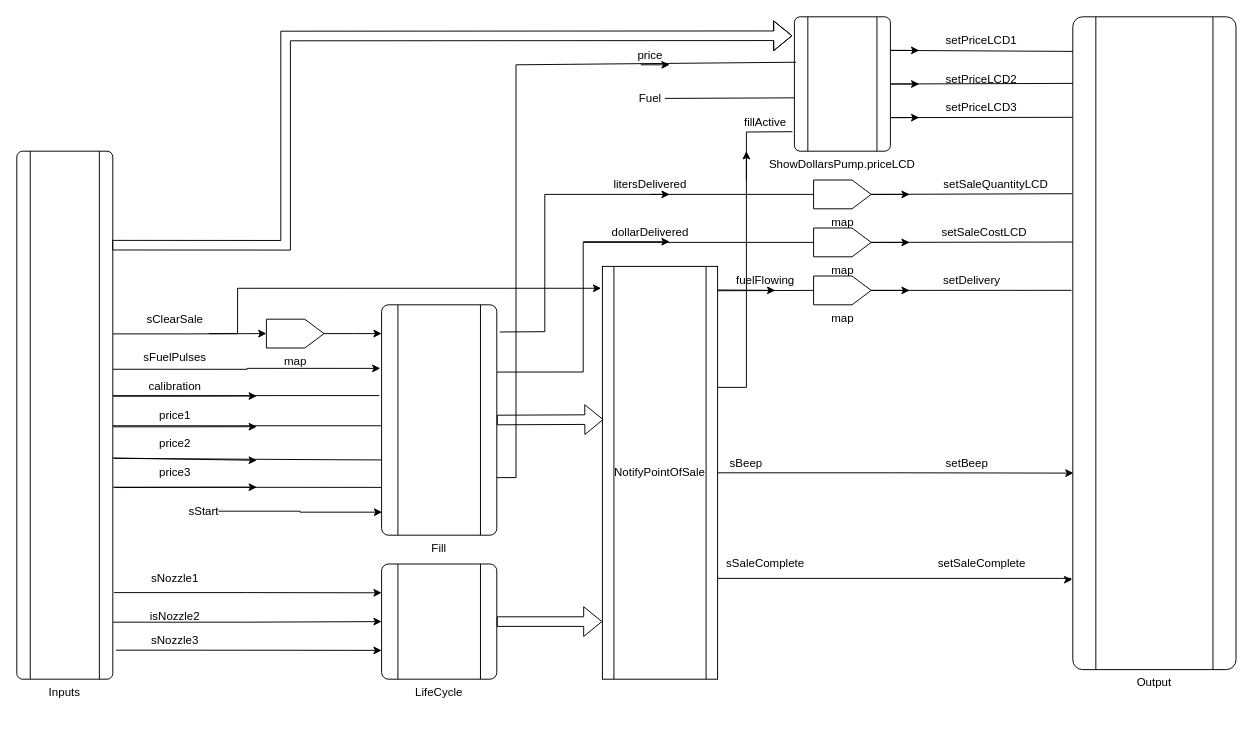
Before: ClearSalePump.drawio in suzuki-taro-29/FRP-chap4-diagrams, a draw.io diagram. Source tidied: cells renumbered, new cells numbered last; positions are measured from the earlier drawing's top-left corner, leaving out a move shared by most shapes. Both pictures are drawn from the tidied source at 96%, with x=0, y=0 at pixel (16, 16).
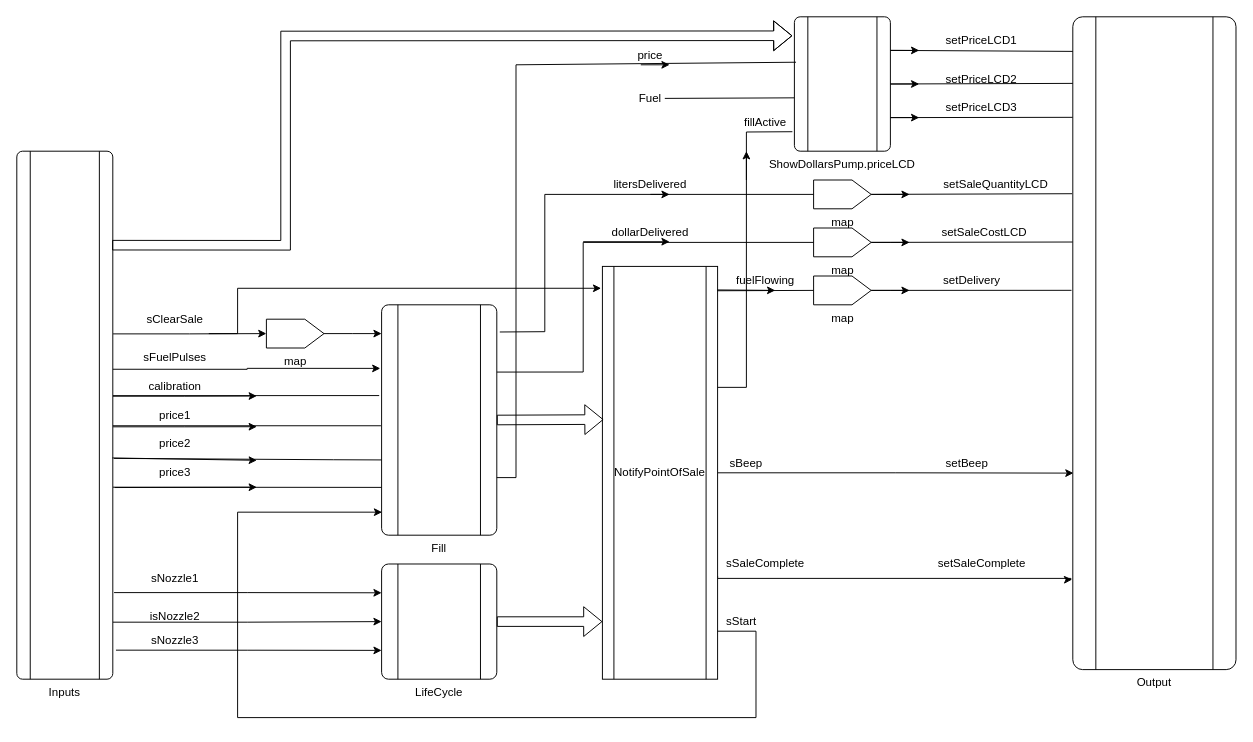
After the change.

Commit message:
ClearSalePump.drawio を更新します

The change refers to these unchanged cells:
```xml
<mxCell id="2" value="Fill" style="verticalLabelPosition=bottom;verticalAlign=top;html=1;shape=process;whiteSpace=wrap;rounded=1;size=0.14;arcSize=6;" parent="1" vertex="1">
  <mxGeometry x="380" y="300" width="120" height="240" as="geometry" />
</mxCell>
```

The edit, as a diff of the source:
```diff
@@
-    <mxCell id="18" style="edgeStyle=orthogonalEdgeStyle;rounded=0;jettySize=auto;html=1;entryX=0.004;entryY=0.9;entryDx=0;entryDy=0;entryPerimeter=0;" parent="1" edge="1" source="19" target="2">
-      <mxGeometry relative="1" as="geometry" />
+    <mxCell id="18" style="edgeStyle=orthogonalEdgeStyle;rounded=0;jettySize=auto;html=1;entryX=0.004;entryY=0.9;entryDx=0;entryDy=0;entryPerimeter=0;" parent="1" edge="1" target="2">
+      <mxGeometry relative="1" as="geometry">
+        <mxPoint x="730" y="640" as="sourcePoint" />
+        <Array as="points">
+          <mxPoint x="770" y="640" />
+          <mxPoint x="770" y="730" />
+          <mxPoint x="230" y="730" />
+          <mxPoint x="230" y="516" />
+        </Array>
+      </mxGeometry>
     </mxCell>
     <mxCell id="19" value="sStart" style="text;html=1;align=center;verticalAlign=middle;whiteSpace=wrap;rounded=0;" parent="1" vertex="1">
-      <mxGeometry x="180" y="500" width="30" height="30" as="geometry" />
+      <mxGeometry x="740" y="615" width="30" height="30" as="geometry" />
     </mxCell>
```
